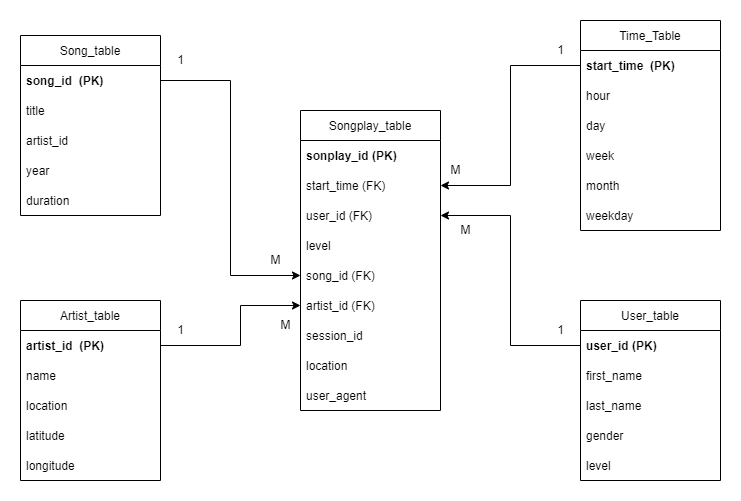
The draw.io diagram Sparkify_ERD.png in MostafaMMassoud/Data-Modeling-with-Postgres, before a commit. Source tidied: cells renumbered, new cells last; positions are measured from the earlier drawing's top-left corner, leaving out a move shared by most shapes.
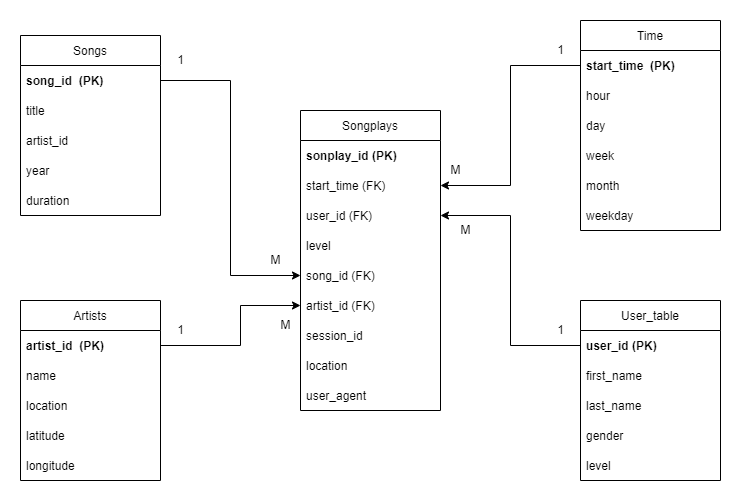
After the change.

Commit message:
Change table names

Change to the diagram source:
```diff
@@ -2,7 +2,7 @@
   <root>
     <mxCell id="0" />
     <mxCell id="1" parent="0" />
-    <mxCell id="2" value="Songplay_table" style="swimlane;fontStyle=0;horizontal=1;startSize=30;" parent="1" vertex="1">
+    <mxCell id="2" value="Songplays" style="swimlane;fontStyle=0;horizontal=1;startSize=30;" parent="1" vertex="1">
       <mxGeometry x="280" y="90" width="140" height="300" as="geometry" />
     </mxCell>
     <mxCell id="3" value="sonplay_id (PK)" style="text;strokeColor=none;fillColor=none;align=left;verticalAlign=middle;spacingLeft=4;spacingRight=4;overflow=hidden;fontStyle=1;" parent="2" vertex="1">
@@ -32,7 +32,7 @@
     <mxCell id="11" value="user_agent" style="text;strokeColor=none;fillColor=none;align=left;verticalAlign=middle;spacingLeft=4;spacingRight=4;overflow=hidden;" parent="2" vertex="1">
       <mxGeometry y="270" width="140" height="30" as="geometry" />
     </mxCell>
-    <mxCell id="12" value="Time_Table" style="swimlane;fontStyle=0;horizontal=1;startSize=30;" parent="1" vertex="1">
+    <mxCell id="12" value="Time" style="swimlane;fontStyle=0;horizontal=1;startSize=30;" parent="1" vertex="1">
       <mxGeometry x="560" width="140" height="210" as="geometry" />
     </mxCell>
     <mxCell id="13" value="start_time  (PK)" style="text;strokeColor=none;fillColor=none;align=left;verticalAlign=middle;spacingLeft=4;spacingRight=4;overflow=hidden;points=[[0,0.5],[1,0.5]];portConstraint=eastwest;fontStyle=1;" parent="12" vertex="1">
@@ -71,7 +71,7 @@
     <mxCell id="24" value="level" style="text;strokeColor=none;fillColor=none;align=left;verticalAlign=middle;spacingLeft=4;spacingRight=4;overflow=hidden;" parent="19" vertex="1">
       <mxGeometry y="150" width="140" height="30" as="geometry" />
     </mxCell>
-    <mxCell id="25" value="Song_table" style="swimlane;fontStyle=0;horizontal=1;startSize=30;" parent="1" vertex="1">
+    <mxCell id="25" value="Songs" style="swimlane;fontStyle=0;horizontal=1;startSize=30;" parent="1" vertex="1">
       <mxGeometry y="15" width="140" height="180" as="geometry" />
     </mxCell>
     <mxCell id="26" value="song_id  (PK)" style="text;strokeColor=none;fillColor=none;align=left;verticalAlign=middle;spacingLeft=4;spacingRight=4;overflow=hidden;points=[[0,0.5],[1,0.5]];portConstraint=eastwest;fontStyle=1;" parent="25" vertex="1">
@@ -97,7 +97,7 @@
         </Array>
       </mxGeometry>
     </mxCell>
-    <mxCell id="32" value="Artist_table" style="swimlane;fontStyle=0;horizontal=1;startSize=30;" parent="1" vertex="1">
+    <mxCell id="32" value="Artists" style="swimlane;fontStyle=0;horizontal=1;startSize=30;" parent="1" vertex="1">
       <mxGeometry y="280" width="140" height="180" as="geometry" />
     </mxCell>
     <mxCell id="33" value="artist_id  (PK)" style="text;strokeColor=none;fillColor=none;align=left;verticalAlign=middle;spacingLeft=4;spacingRight=4;overflow=hidden;points=[[0,0.5],[1,0.5]];portConstraint=eastwest;fontStyle=1;" parent="32" vertex="1">
```
